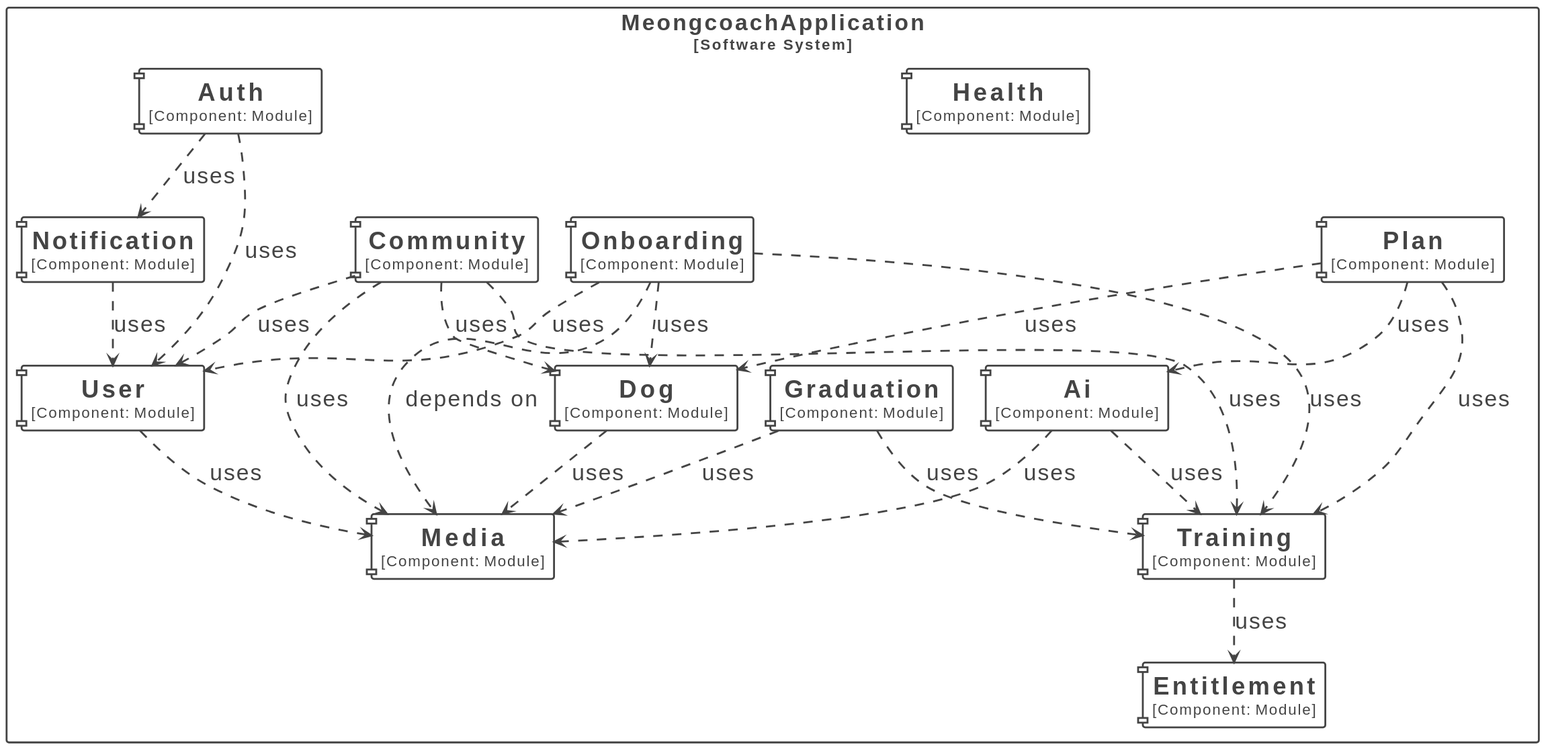
The PlantUML diagram docs/images/module-dependencies.svg in DaeSaBu/meongcoach-BE, before a commit.
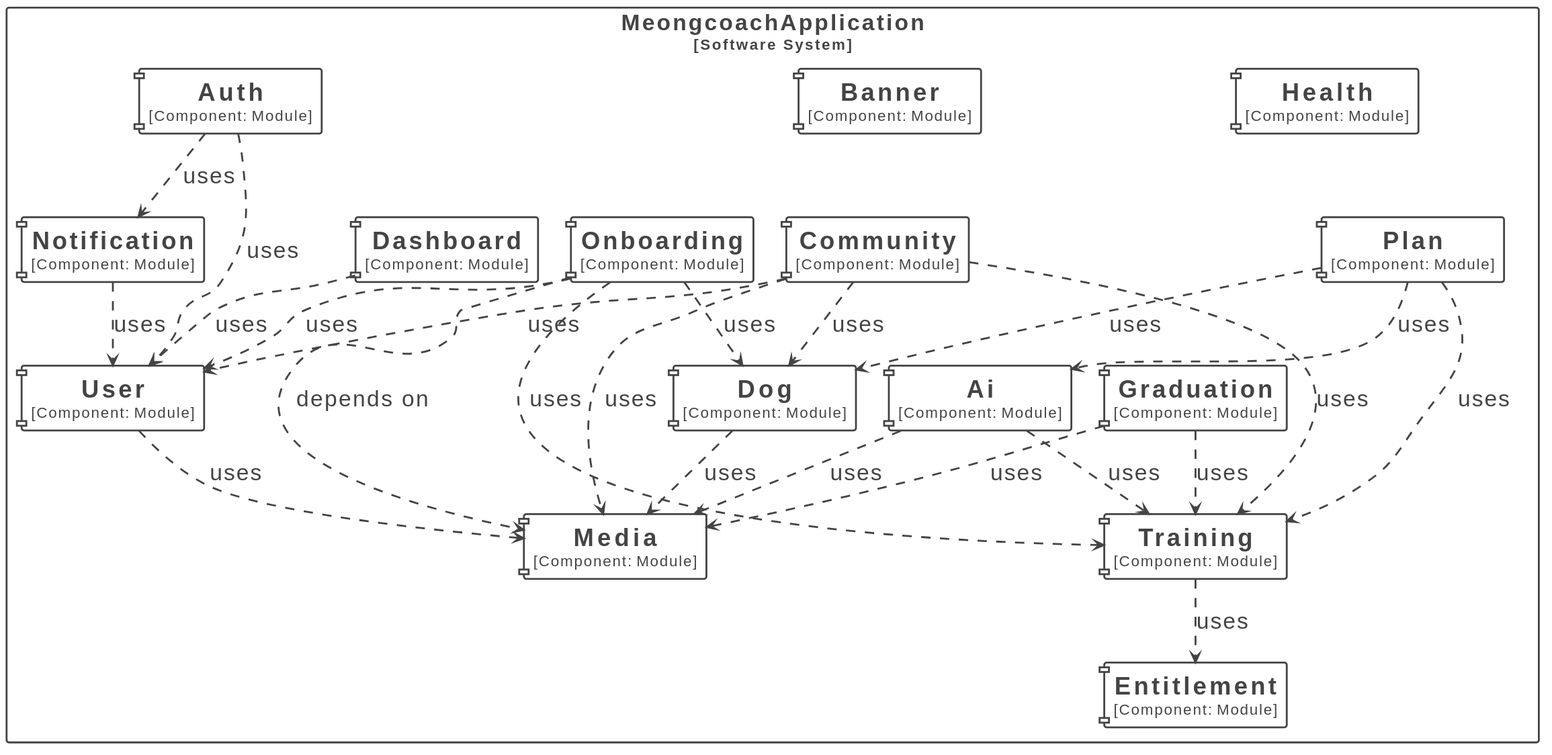
The same diagram one commit later.

Commit message:
docs: dashboard 모듈 scope·의존 다이어그램 반영

What changed in the source:
```diff
@@ -46,40 +46,43 @@
 </style>
 
 rectangle "MeongcoachApplication\n<size:16>[Software System]</size>" <<Boundary-TWVvbmdjb2FjaEFwcGxpY2F0aW9u>> {
+  component "==Ai\n<size:16>[Component: Module]</size>" <<Element-RWxlbWVudCxDb21wb25lbnQ=>> as MeongcoachApplication.MeongcoachApplication.Ai
   component "==Community\n<size:16>[Component: Module]</size>" <<Element-RWxlbWVudCxDb21wb25lbnQ=>> as MeongcoachApplication.MeongcoachApplication.Community
+  component "==Dashboard\n<size:16>[Component: Module]</size>" <<Element-RWxlbWVudCxDb21wb25lbnQ=>> as MeongcoachApplication.MeongcoachApplication.Dashboard
   component "==Graduation\n<size:16>[Component: Module]</size>" <<Element-RWxlbWVudCxDb21wb25lbnQ=>> as MeongcoachApplication.MeongcoachApplication.Graduation
   component "==Notification\n<size:16>[Component: Module]</size>" <<Element-RWxlbWVudCxDb21wb25lbnQ=>> as MeongcoachApplication.MeongcoachApplication.Notification
   component "==Onboarding\n<size:16>[Component: Module]</size>" <<Element-RWxlbWVudCxDb21wb25lbnQ=>> as MeongcoachApplication.MeongcoachApplication.Onboarding
   component "==Auth\n<size:16>[Component: Module]</size>" <<Element-RWxlbWVudCxDb21wb25lbnQ=>> as MeongcoachApplication.MeongcoachApplication.Auth
   component "==Plan\n<size:16>[Component: Module]</size>" <<Element-RWxlbWVudCxDb21wb25lbnQ=>> as MeongcoachApplication.MeongcoachApplication.Plan
+  component "==Banner\n<size:16>[Component: Module]</size>" <<Element-RWxlbWVudCxDb21wb25lbnQ=>> as MeongcoachApplication.MeongcoachApplication.Banner
   component "==Entitlement\n<size:16>[Component: Module]</size>" <<Element-RWxlbWVudCxDb21wb25lbnQ=>> as MeongcoachApplication.MeongcoachApplication.Entitlement
   component "==Health\n<size:16>[Component: Module]</size>" <<Element-RWxlbWVudCxDb21wb25lbnQ=>> as MeongcoachApplication.MeongcoachApplication.Health
   component "==Media\n<size:16>[Component: Module]</size>" <<Element-RWxlbWVudCxDb21wb25lbnQ=>> as MeongcoachApplication.MeongcoachApplication.Media
   component "==Dog\n<size:16>[Component: Module]</size>" <<Element-RWxlbWVudCxDb21wb25lbnQ=>> as MeongcoachApplication.MeongcoachApplication.Dog
   component "==Training\n<size:16>[Component: Module]</size>" <<Element-RWxlbWVudCxDb21wb25lbnQ=>> as MeongcoachApplication.MeongcoachApplication.Training
   component "==User\n<size:16>[Component: Module]</size>" <<Element-RWxlbWVudCxDb21wb25lbnQ=>> as MeongcoachApplication.MeongcoachApplication.User
-  component "==Ai\n<size:16>[Component: Module]</size>" <<Element-RWxlbWVudCxDb21wb25lbnQ=>> as MeongcoachApplication.MeongcoachApplication.Ai
 }
 
-MeongcoachApplication.MeongcoachApplication.Notification --> MeongcoachApplication.MeongcoachApplication.User <<Relationship-UmVsYXRpb25zaGlw>> : "uses"
-MeongcoachApplication.MeongcoachApplication.Plan --> MeongcoachApplication.MeongcoachApplication.Ai <<Relationship-UmVsYXRpb25zaGlw>> : "uses"
-MeongcoachApplication.MeongcoachApplication.Plan --> MeongcoachApplication.MeongcoachApplication.Training <<Relationship-UmVsYXRpb25zaGlw>> : "uses"
-MeongcoachApplication.MeongcoachApplication.Plan --> MeongcoachApplication.MeongcoachApplication.Dog <<Relationship-UmVsYXRpb25zaGlw>> : "uses"
-MeongcoachApplication.MeongcoachApplication.Auth --> MeongcoachApplication.MeongcoachApplication.User <<Relationship-UmVsYXRpb25zaGlw>> : "uses"
-MeongcoachApplication.MeongcoachApplication.Auth --> MeongcoachApplication.MeongcoachApplication.Notification <<Relationship-UmVsYXRpb25zaGlw>> : "uses"
 MeongcoachApplication.MeongcoachApplication.Community --> MeongcoachApplication.MeongcoachApplication.User <<Relationship-UmVsYXRpb25zaGlw>> : "uses"
 MeongcoachApplication.MeongcoachApplication.Community --> MeongcoachApplication.MeongcoachApplication.Dog <<Relationship-UmVsYXRpb25zaGlw>> : "uses"
 MeongcoachApplication.MeongcoachApplication.Community --> MeongcoachApplication.MeongcoachApplication.Training <<Relationship-UmVsYXRpb25zaGlw>> : "uses"
 MeongcoachApplication.MeongcoachApplication.Community --> MeongcoachApplication.MeongcoachApplication.Media <<Relationship-UmVsYXRpb25zaGlw>> : "uses"
-MeongcoachApplication.MeongcoachApplication.User --> MeongcoachApplication.MeongcoachApplication.Media <<Relationship-UmVsYXRpb25zaGlw>> : "uses"
-MeongcoachApplication.MeongcoachApplication.Graduation --> MeongcoachApplication.MeongcoachApplication.Training <<Relationship-UmVsYXRpb25zaGlw>> : "uses"
-MeongcoachApplication.MeongcoachApplication.Graduation --> MeongcoachApplication.MeongcoachApplication.Media <<Relationship-UmVsYXRpb25zaGlw>> : "uses"
 MeongcoachApplication.MeongcoachApplication.Onboarding --> MeongcoachApplication.MeongcoachApplication.Media <<Relationship-UmVsYXRpb25zaGlw>> : "depends on"
 MeongcoachApplication.MeongcoachApplication.Onboarding --> MeongcoachApplication.MeongcoachApplication.User <<Relationship-UmVsYXRpb25zaGlw>> : "uses"
 MeongcoachApplication.MeongcoachApplication.Onboarding --> MeongcoachApplication.MeongcoachApplication.Dog <<Relationship-UmVsYXRpb25zaGlw>> : "uses"
 MeongcoachApplication.MeongcoachApplication.Onboarding --> MeongcoachApplication.MeongcoachApplication.Training <<Relationship-UmVsYXRpb25zaGlw>> : "uses"
+MeongcoachApplication.MeongcoachApplication.Training --> MeongcoachApplication.MeongcoachApplication.Entitlement <<Relationship-UmVsYXRpb25zaGlw>> : "uses"
+MeongcoachApplication.MeongcoachApplication.Dashboard --> MeongcoachApplication.MeongcoachApplication.User <<Relationship-UmVsYXRpb25zaGlw>> : "uses"
+MeongcoachApplication.MeongcoachApplication.Auth --> MeongcoachApplication.MeongcoachApplication.User <<Relationship-UmVsYXRpb25zaGlw>> : "uses"
+MeongcoachApplication.MeongcoachApplication.Auth --> MeongcoachApplication.MeongcoachApplication.Notification <<Relationship-UmVsYXRpb25zaGlw>> : "uses"
+MeongcoachApplication.MeongcoachApplication.User --> MeongcoachApplication.MeongcoachApplication.Media <<Relationship-UmVsYXRpb25zaGlw>> : "uses"
+MeongcoachApplication.MeongcoachApplication.Notification --> MeongcoachApplication.MeongcoachApplication.User <<Relationship-UmVsYXRpb25zaGlw>> : "uses"
 MeongcoachApplication.MeongcoachApplication.Dog --> MeongcoachApplication.MeongcoachApplication.Media <<Relationship-UmVsYXRpb25zaGlw>> : "uses"
-MeongcoachApplication.MeongcoachApplication.Training --> MeongcoachApplication.MeongcoachApplication.Entitlement <<Relationship-UmVsYXRpb25zaGlw>> : "uses"
+MeongcoachApplication.MeongcoachApplication.Graduation --> MeongcoachApplication.MeongcoachApplication.Training <<Relationship-UmVsYXRpb25zaGlw>> : "uses"
+MeongcoachApplication.MeongcoachApplication.Graduation --> MeongcoachApplication.MeongcoachApplication.Media <<Relationship-UmVsYXRpb25zaGlw>> : "uses"
 MeongcoachApplication.MeongcoachApplication.Ai --> MeongcoachApplication.MeongcoachApplication.Training <<Relationship-UmVsYXRpb25zaGlw>> : "uses"
 MeongcoachApplication.MeongcoachApplication.Ai --> MeongcoachApplication.MeongcoachApplication.Media <<Relationship-UmVsYXRpb25zaGlw>> : "uses"
+MeongcoachApplication.MeongcoachApplication.Plan --> MeongcoachApplication.MeongcoachApplication.Ai <<Relationship-UmVsYXRpb25zaGlw>> : "uses"
+MeongcoachApplication.MeongcoachApplication.Plan --> MeongcoachApplication.MeongcoachApplication.Training <<Relationship-UmVsYXRpb25zaGlw>> : "uses"
+MeongcoachApplication.MeongcoachApplication.Plan --> MeongcoachApplication.MeongcoachApplication.Dog <<Relationship-UmVsYXRpb25zaGlw>> : "uses"
 @enduml
```
